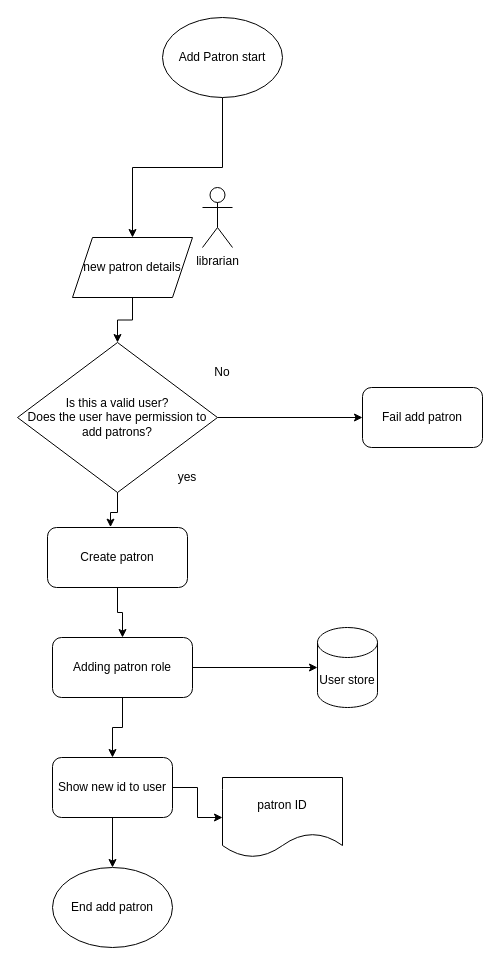
Above: page "Create Patron" (4 of 10) of library_flowchart.drawio in achyuthparth/cs132Library (draw.io), before the change. Source tidied: cells renumbered, new cells numbered last; positions are measured from the earlier drawing's top-left corner, leaving out a move shared by most shapes. Both pictures are drawn from the tidied source at 100%, with x=0, y=0 at pixel (17, 17).
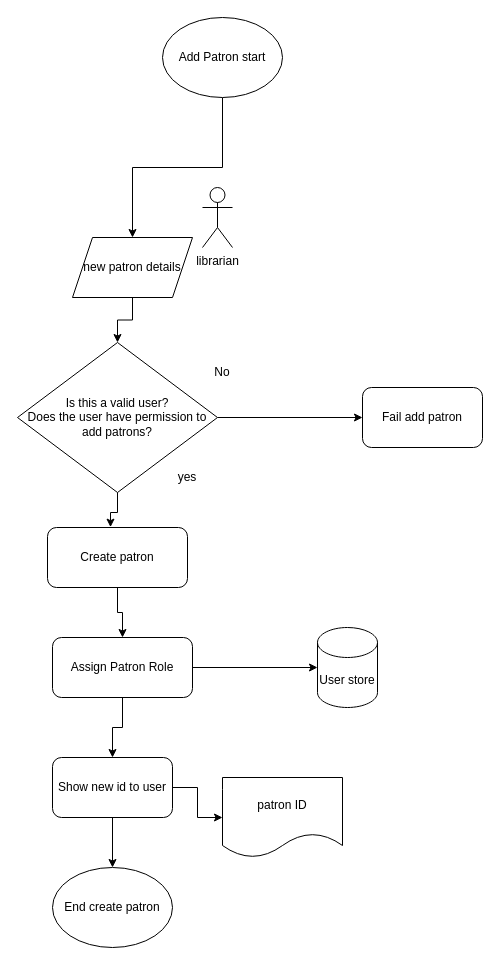
The same page after the edit.

What changed in the source:
```diff
@@
-    <mxCell id="16" value="Adding patron role" style="rounded=1;whiteSpace=wrap;html=1;" parent="1" vertex="1">
+    <mxCell id="16" value="Assign Patron Role" style="rounded=1;whiteSpace=wrap;html=1;" parent="1" vertex="1">
       <mxGeometry x="35" y="620" width="140" height="60" as="geometry" />
     </mxCell>
@@
-    <mxCell id="20" value="End add patron" style="ellipse;whiteSpace=wrap;html=1;" parent="1" vertex="1">
+    <mxCell id="20" value="End create patron" style="ellipse;whiteSpace=wrap;html=1;" parent="1" vertex="1">
       <mxGeometry x="35" y="850" width="120" height="80" as="geometry" />
     </mxCell>
```
